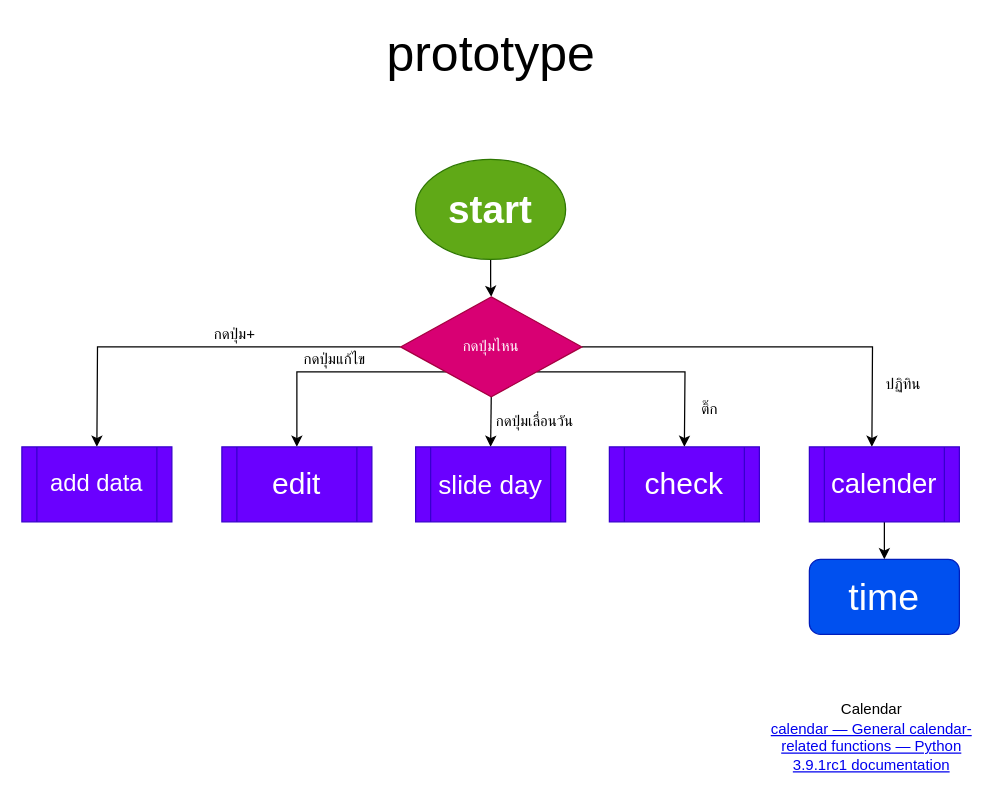
This is page "Main" (1 of 8) of prototype.drawio from Putthima/PSIT_Project_2020, a draw.io file, before an edit. Source tidied: cells renumbered, new cells numbered last; positions are measured from the earlier drawing's top-left corner, leaving out a move shared by most shapes. Both pictures are drawn from the tidied source at 125%, with x=0, y=0 at pixel (21, 21).
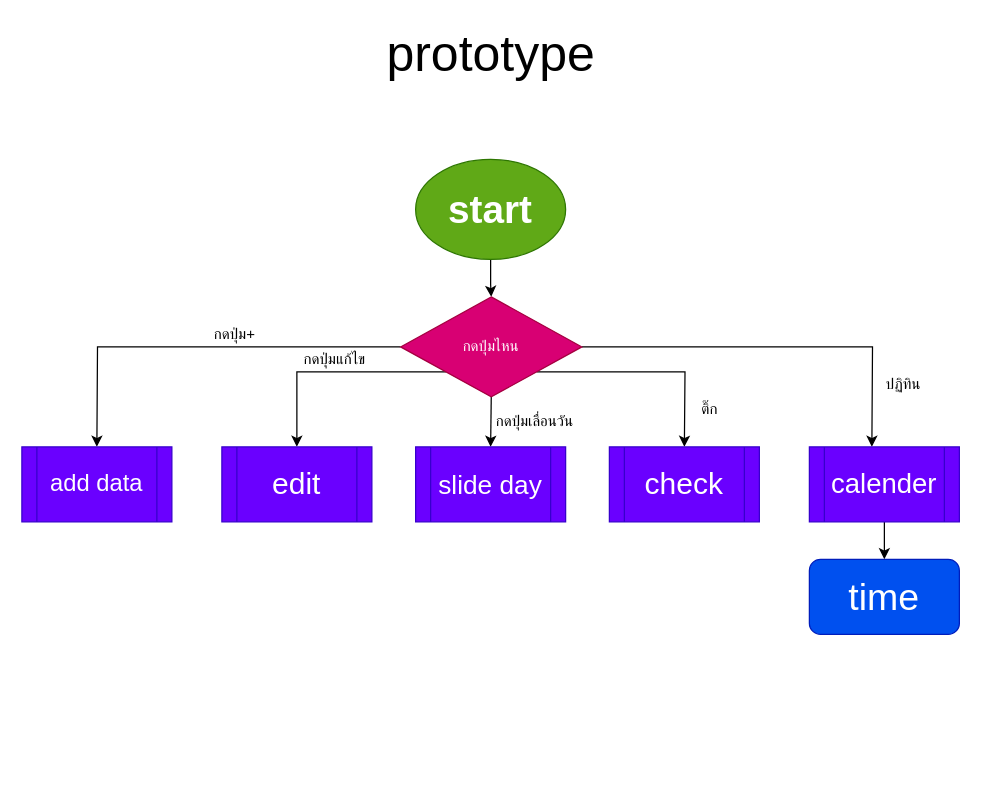
The same diagram, later.

Change to the diagram source:
```diff
@@
-    <mxCell id="23" value="&lt;a href=&quot;https://docs.python.org/3/library/calendar.html&quot;&gt;calendar — General calendar-related functions — Python 3.9.1rc1 documentation&lt;/a&gt;" style="text;html=1;strokeColor=none;fillColor=none;align=center;verticalAlign=middle;whiteSpace=wrap;rounded=0;" parent="1" vertex="1">
-      <mxGeometry x="590" y="570" width="180" height="20" as="geometry" />
-    </mxCell>
-    <mxCell id="24" value="Calendar" style="text;html=1;strokeColor=none;fillColor=none;align=center;verticalAlign=middle;whiteSpace=wrap;rounded=0;" parent="1" vertex="1">
-      <mxGeometry x="635" y="540" width="90" height="20" as="geometry" />
-    </mxCell>
```
